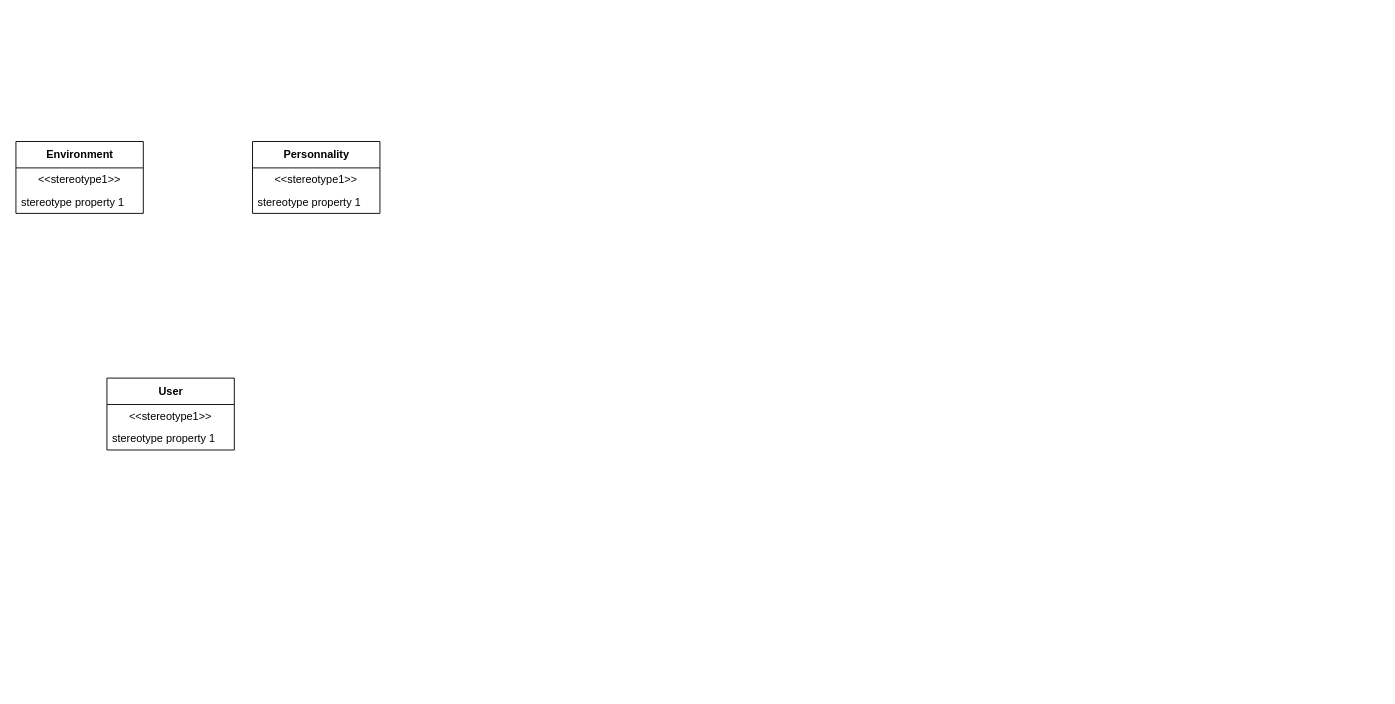
The draw.io diagram Diagramme sans nom.drawio in TheoPasquier/Ai-Personnality-chatting, before the edit. Source tidied: cells renumbered, new cells numbered last; positions are measured from the earlier drawing's top-left corner, leaving out a move shared by most shapes. Both pictures are drawn from the tidied source at 91%, with x=0, y=0 at pixel (15, 141).
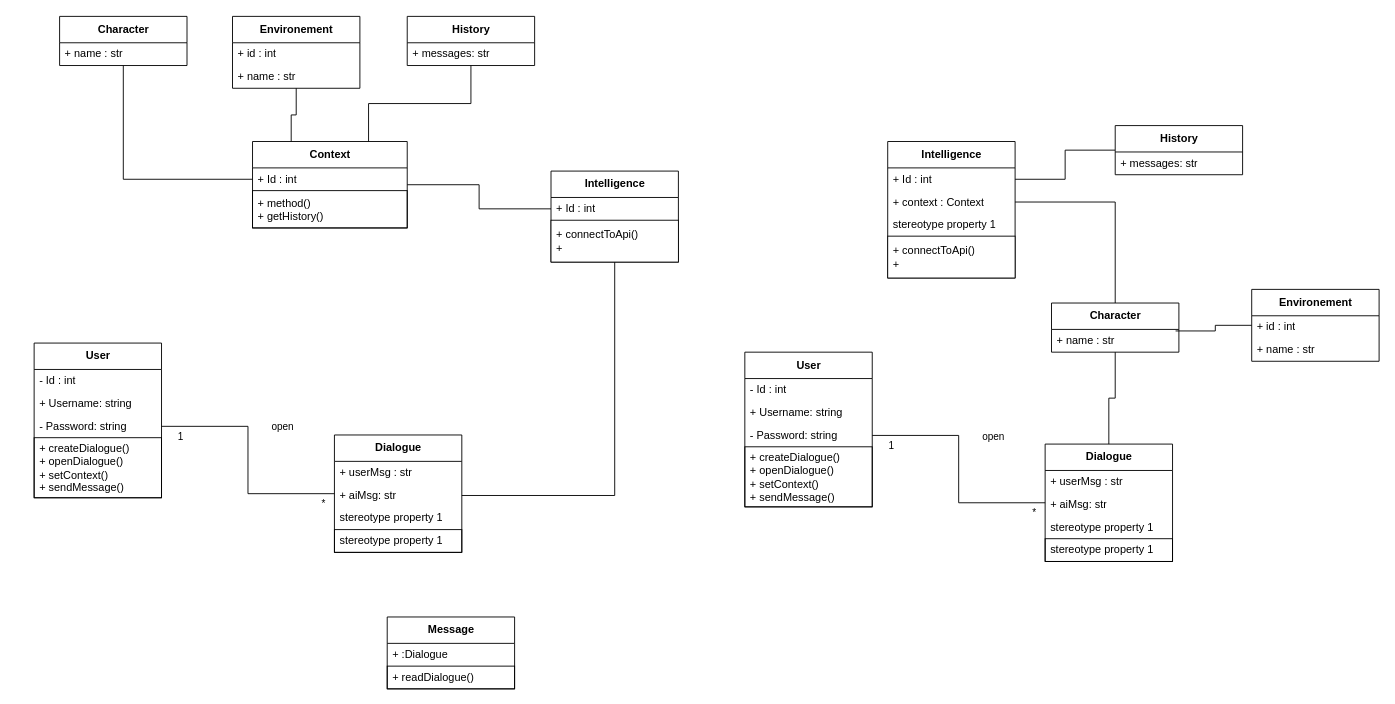
The same page after the edit.

Commit message:
Mettre à jour Diagramme sans nom.drawio

The edit, as a diff of the source:
```diff
@@
-    <mxCell id="2" value="Environment" style="swimlane;fontStyle=1;align=center;verticalAlign=middle;horizontal=1;startSize=29;html=1;" parent="1" vertex="1">
-      <mxGeometry width="140" height="79" as="geometry" />
-    </mxCell>
-    <mxCell id="3" value="&amp;lt;&amp;lt;stereotype1&amp;gt;&amp;gt;" style="text;html=1;strokeColor=none;fillColor=none;align=center;verticalAlign=middle;spacingLeft=4;spacingRight=4;overflow=hidden;" parent="2" vertex="1">
-      <mxGeometry y="29" width="140" height="25" as="geometry" />
-    </mxCell>
-    <mxCell id="4" value="stereotype property 1" style="text;html=1;strokeColor=none;fillColor=none;align=left;verticalAlign=middle;spacingLeft=4;spacingRight=4;overflow=hidden;" parent="2" vertex="1">
-      <mxGeometry y="54" width="140" height="25" as="geometry" />
-    </mxCell>
-    <mxCell id="5" value="User" style="swimlane;fontStyle=1;align=center;verticalAlign=middle;horizontal=1;startSize=29;html=1;" parent="1" vertex="1">
-      <mxGeometry x="100" y="260" width="140" height="79" as="geometry" />
-    </mxCell>
-    <mxCell id="6" value="&amp;lt;&amp;lt;stereotype1&amp;gt;&amp;gt;" style="text;html=1;strokeColor=none;fillColor=none;align=center;verticalAlign=middle;spacingLeft=4;spacingRight=4;overflow=hidden;" parent="5" vertex="1">
-      <mxGeometry y="29" width="140" height="25" as="geometry" />
-    </mxCell>
-    <mxCell id="7" value="stereotype property 1" style="text;html=1;strokeColor=none;fillColor=none;align=left;verticalAlign=middle;spacingLeft=4;spacingRight=4;overflow=hidden;" parent="5" vertex="1">
-      <mxGeometry y="54" width="140" height="25" as="geometry" />
-    </mxCell>
+    <mxCell id="11" style="edgeStyle=orthogonalEdgeStyle;rounded=0;jettySize=auto;html=1;entryX=0;entryY=0.5;entryDx=0;entryDy=0;endArrow=none;endFill=0;" parent="1" edge="1" source="8" target="23">
+      <mxGeometry relative="1" as="geometry" />
+    </mxCell>
-    <mxCell id="8" value="Personnality" style="swimlane;fontStyle=1;align=center;verticalAlign=middle;horizontal=1;startSize=29;html=1;" parent="1" vertex="1">
-      <mxGeometry x="260" width="140" height="79" as="geometry" />
+    <mxCell id="8" value="Context" style="swimlane;fontStyle=1;align=center;verticalAlign=middle;horizontal=1;startSize=29;html=1;" parent="1" vertex="1">
+      <mxGeometry x="260" width="170" height="95" as="geometry" />
     </mxCell>
-    <mxCell id="9" value="&amp;lt;&amp;lt;stereotype1&amp;gt;&amp;gt;" style="text;html=1;strokeColor=none;fillColor=none;align=center;verticalAlign=middle;spacingLeft=4;spacingRight=4;overflow=hidden;" parent="8" vertex="1">
-      <mxGeometry y="29" width="140" height="25" as="geometry" />
-    </mxCell>
+    <mxCell id="12" value="+ Id : int" style="text;html=1;strokeColor=none;fillColor=none;align=left;verticalAlign=middle;spacingLeft=4;spacingRight=4;overflow=hidden;points=[[0,0.5],[1,0.5]];portConstraint=eastwest;" parent="8" vertex="1">
+      <mxGeometry y="29" width="170" height="25" as="geometry" />
+    </mxCell>
-    <mxCell id="10" value="stereotype property 1" style="text;html=1;strokeColor=none;fillColor=none;align=left;verticalAlign=middle;spacingLeft=4;spacingRight=4;overflow=hidden;" parent="8" vertex="1">
-      <mxGeometry y="54" width="140" height="25" as="geometry" />
+    <mxCell id="10" value="+ method()&lt;br&gt;+ getHistory()" style="text;html=1;strokeColor=default;fillColor=none;align=left;verticalAlign=middle;spacingLeft=4;spacingRight=4;overflow=hidden;" parent="8" vertex="1">
+      <mxGeometry y="54" width="170" height="41" as="geometry" />
     </mxCell>
+    <mxCell id="13" value="Dialogue" style="swimlane;fontStyle=1;align=center;verticalAlign=middle;horizontal=1;startSize=29;html=1;" parent="1" vertex="1">
+      <mxGeometry x="350" y="322.5" width="140" height="129" as="geometry" />
+    </mxCell>
+    <mxCell id="14" value="+ userMsg : str" style="text;html=1;strokeColor=none;fillColor=none;align=left;verticalAlign=middle;spacingLeft=4;spacingRight=4;overflow=hidden;" parent="13" vertex="1">
+      <mxGeometry y="29" width="140" height="25" as="geometry" />
+    </mxCell>
+    <mxCell id="15" value="+ aiMsg: str" style="text;html=1;strokeColor=none;fillColor=none;align=left;verticalAlign=middle;spacingLeft=4;spacingRight=4;overflow=hidden;points=[[0,0.5],[1,0.5]];portConstraint=eastwest;" parent="13" vertex="1">
+      <mxGeometry y="54" width="140" height="25" as="geometry" />
+    </mxCell>
+    <mxCell id="16" value="stereotype property 1" style="text;html=1;strokeColor=none;fillColor=none;align=left;verticalAlign=middle;spacingLeft=4;spacingRight=4;overflow=hidden;" parent="13" vertex="1">
+      <mxGeometry y="79" width="140" height="25" as="geometry" />
+    </mxCell>
+    <mxCell id="17" value="stereotype property 1" style="text;html=1;strokeColor=default;fillColor=none;align=left;verticalAlign=middle;spacingLeft=4;spacingRight=4;overflow=hidden;" parent="13" vertex="1">
+      <mxGeometry y="104" width="140" height="25" as="geometry" />
+    </mxCell>
+    <mxCell id="18" style="edgeStyle=orthogonalEdgeStyle;rounded=0;jettySize=auto;html=1;entryX=0;entryY=0.5;entryDx=0;entryDy=0;endArrow=none;endFill=0;" parent="1" edge="1" source="19" target="12">
+      <mxGeometry relative="1" as="geometry" />
+    </mxCell>
+    <mxCell id="19" value="Character" style="swimlane;fontStyle=1;align=center;verticalAlign=middle;horizontal=1;startSize=29;html=1;" parent="1" vertex="1">
+      <mxGeometry x="48" y="-137.5" width="140" height="54" as="geometry" />
+    </mxCell>
+    <mxCell id="20" value="+ name : str" style="text;html=1;strokeColor=none;fillColor=none;align=left;verticalAlign=middle;spacingLeft=4;spacingRight=4;overflow=hidden;" parent="19" vertex="1">
+      <mxGeometry y="29" width="140" height="25" as="geometry" />
+    </mxCell>
+    <mxCell id="21" style="edgeStyle=orthogonalEdgeStyle;rounded=0;jettySize=auto;html=1;entryX=1;entryY=0.5;entryDx=0;entryDy=0;endArrow=none;endFill=0;" parent="1" edge="1" source="22" target="15">
+      <mxGeometry relative="1" as="geometry" />
+    </mxCell>
+    <mxCell id="22" value="Intelligence" style="swimlane;fontStyle=1;align=center;verticalAlign=middle;horizontal=1;startSize=29;html=1;" parent="1" vertex="1">
+      <mxGeometry x="588" y="32.5" width="140" height="100" as="geometry" />
+    </mxCell>
+    <mxCell id="23" value="+ Id : int" style="text;html=1;strokeColor=none;fillColor=none;align=left;verticalAlign=middle;spacingLeft=4;spacingRight=4;overflow=hidden;points=[[0,0.5],[1,0.5]];portConstraint=eastwest;" parent="22" vertex="1">
+      <mxGeometry y="29" width="140" height="25" as="geometry" />
+    </mxCell>
+    <mxCell id="24" value="+ connectToApi()&lt;br&gt;+" style="text;html=1;strokeColor=default;fillColor=default;align=left;verticalAlign=middle;spacingLeft=4;spacingRight=4;overflow=hidden;" parent="22" vertex="1">
+      <mxGeometry y="54" width="140" height="46" as="geometry" />
+    </mxCell>
+    <mxCell id="25" value="User" style="swimlane;fontStyle=1;align=center;verticalAlign=middle;horizontal=1;startSize=29;html=1;" parent="1" vertex="1">
+      <mxGeometry x="20" y="221.5" width="140" height="170" as="geometry" />
+    </mxCell>
+    <mxCell id="26" value="- Id : int" style="text;html=1;strokeColor=none;fillColor=none;align=left;verticalAlign=middle;spacingLeft=4;spacingRight=4;overflow=hidden;" parent="25" vertex="1">
+      <mxGeometry y="29" width="140" height="25" as="geometry" />
+    </mxCell>
+    <mxCell id="27" value="+ Username: string" style="text;html=1;strokeColor=none;fillColor=none;align=left;verticalAlign=middle;spacingLeft=4;spacingRight=4;overflow=hidden;" parent="25" vertex="1">
+      <mxGeometry y="54" width="140" height="25" as="geometry" />
+    </mxCell>
+    <mxCell id="28" value="- Password: string" style="text;html=1;strokeColor=none;fillColor=none;align=left;verticalAlign=middle;spacingLeft=4;spacingRight=4;overflow=hidden;points=[[0,0.5],[1,0.5]];portConstraint=eastwest;" parent="25" vertex="1">
+      <mxGeometry y="79" width="140" height="25" as="geometry" />
+    </mxCell>
+    <mxCell id="29" value="+ createDialogue()&lt;br&gt;+ openDialogue()&lt;br&gt;+ setContext()&lt;br&gt;+ sendMessage()" style="text;html=1;strokeColor=default;fillColor=none;align=left;verticalAlign=middle;spacingLeft=4;spacingRight=4;overflow=hidden;" parent="25" vertex="1">
+      <mxGeometry y="104" width="140" height="66" as="geometry" />
+    </mxCell>
+    <mxCell id="30" style="edgeStyle=orthogonalEdgeStyle;rounded=0;jettySize=auto;html=1;entryX=0;entryY=0.5;entryDx=0;entryDy=0;endArrow=none;endFill=0;" parent="1" edge="1" source="28" target="13">
+      <mxGeometry relative="1" as="geometry" />
+    </mxCell>
+    <mxCell id="31" value="open" style="edgeLabel;html=1;align=center;verticalAlign=middle;" parent="30" vertex="1">
+      <mxGeometry x="-0.31" relative="1" as="geometry">
+        <mxPoint x="41" as="offset" />
+      </mxGeometry>
+    </mxCell>
+    <mxCell id="32" value="1" style="edgeLabel;html=1;align=center;verticalAlign=middle;" parent="30" vertex="1">
+      <mxGeometry x="-0.85" y="-2" relative="1" as="geometry">
+        <mxPoint y="8" as="offset" />
+      </mxGeometry>
+    </mxCell>
+    <mxCell id="33" value="*" style="edgeLabel;html=1;align=center;verticalAlign=middle;" parent="30" vertex="1">
+      <mxGeometry x="0.85" y="-1" relative="1" as="geometry">
+        <mxPoint x="7" y="9" as="offset" />
+      </mxGeometry>
+    </mxCell>
+    <mxCell id="34" style="edgeStyle=orthogonalEdgeStyle;rounded=0;jettySize=auto;html=1;entryX=0.25;entryY=0;entryDx=0;entryDy=0;endArrow=none;endFill=0;" parent="1" edge="1" source="35" target="8">
+      <mxGeometry relative="1" as="geometry" />
+    </mxCell>
+    <mxCell id="35" value="Environement" style="swimlane;fontStyle=1;align=center;verticalAlign=middle;horizontal=1;startSize=29;html=1;" parent="1" vertex="1">
+      <mxGeometry x="238" y="-137.5" width="140" height="79" as="geometry" />
+    </mxCell>
+    <mxCell id="36" value="+ id : int" style="text;html=1;strokeColor=none;fillColor=none;align=left;verticalAlign=middle;spacingLeft=4;spacingRight=4;overflow=hidden;" parent="35" vertex="1">
+      <mxGeometry y="29" width="140" height="25" as="geometry" />
+    </mxCell>
+    <mxCell id="37" value="+ name : str" style="text;html=1;strokeColor=none;fillColor=none;align=left;verticalAlign=middle;spacingLeft=4;spacingRight=4;overflow=hidden;" parent="35" vertex="1">
+      <mxGeometry y="54" width="140" height="25" as="geometry" />
+    </mxCell>
+    <mxCell id="38" style="edgeStyle=orthogonalEdgeStyle;rounded=0;jettySize=auto;html=1;entryX=0.75;entryY=0;entryDx=0;entryDy=0;endArrow=none;endFill=0;" parent="1" edge="1" source="39" target="8">
+      <mxGeometry relative="1" as="geometry" />
+    </mxCell>
+    <mxCell id="39" value="History" style="swimlane;fontStyle=1;align=center;verticalAlign=middle;horizontal=1;startSize=29;html=1;" parent="1" vertex="1">
+      <mxGeometry x="430" y="-137.5" width="140" height="54" as="geometry" />
+    </mxCell>
+    <mxCell id="40" value="+ messages: str" style="text;html=1;strokeColor=none;fillColor=none;align=left;verticalAlign=middle;spacingLeft=4;spacingRight=4;overflow=hidden;" parent="39" vertex="1">
+      <mxGeometry y="29" width="140" height="25" as="geometry" />
+    </mxCell>
+    <mxCell id="41" value="Dialogue" style="swimlane;fontStyle=1;align=center;verticalAlign=middle;horizontal=1;startSize=29;html=1;" parent="1" vertex="1">
+      <mxGeometry x="1131" y="332.5" width="140" height="129" as="geometry" />
+    </mxCell>
+    <mxCell id="42" value="+ userMsg : str" style="text;html=1;strokeColor=none;fillColor=none;align=left;verticalAlign=middle;spacingLeft=4;spacingRight=4;overflow=hidden;" parent="41" vertex="1">
+      <mxGeometry y="29" width="140" height="25" as="geometry" />
+    </mxCell>
+    <mxCell id="43" value="+ aiMsg: str" style="text;html=1;strokeColor=none;fillColor=none;align=left;verticalAlign=middle;spacingLeft=4;spacingRight=4;overflow=hidden;" parent="41" vertex="1">
+      <mxGeometry y="54" width="140" height="25" as="geometry" />
+    </mxCell>
+    <mxCell id="44" value="stereotype property 1" style="text;html=1;strokeColor=none;fillColor=none;align=left;verticalAlign=middle;spacingLeft=4;spacingRight=4;overflow=hidden;" parent="41" vertex="1">
+      <mxGeometry y="79" width="140" height="25" as="geometry" />
+    </mxCell>
+    <mxCell id="45" value="stereotype property 1" style="text;html=1;strokeColor=default;fillColor=none;align=left;verticalAlign=middle;spacingLeft=4;spacingRight=4;overflow=hidden;" parent="41" vertex="1">
+      <mxGeometry y="104" width="140" height="25" as="geometry" />
+    </mxCell>
+    <mxCell id="46" style="edgeStyle=orthogonalEdgeStyle;rounded=0;jettySize=auto;html=1;endArrow=none;endFill=0;" parent="1" edge="1" source="48" target="41">
+      <mxGeometry relative="1" as="geometry" />
+    </mxCell>
+    <mxCell id="47" style="edgeStyle=orthogonalEdgeStyle;rounded=0;jettySize=auto;html=1;entryX=1;entryY=0.5;entryDx=0;entryDy=0;endArrow=none;endFill=0;" parent="1" edge="1" source="48" target="52">
+      <mxGeometry relative="1" as="geometry" />
+    </mxCell>
+    <mxCell id="48" value="Character" style="swimlane;fontStyle=1;align=center;verticalAlign=middle;horizontal=1;startSize=29;html=1;" parent="1" vertex="1">
+      <mxGeometry x="1138" y="177.5" width="140" height="54" as="geometry" />
+    </mxCell>
+    <mxCell id="49" value="+ name : str" style="text;html=1;strokeColor=none;fillColor=none;align=left;verticalAlign=middle;spacingLeft=4;spacingRight=4;overflow=hidden;points=[[0,0.5],[1,0.5]];portConstraint=eastwest;" parent="48" vertex="1">
+      <mxGeometry y="29" width="140" height="25" as="geometry" />
+    </mxCell>
+    <mxCell id="50" value="Intelligence" style="swimlane;fontStyle=1;align=center;verticalAlign=middle;horizontal=1;startSize=29;html=1;" parent="1" vertex="1">
+      <mxGeometry x="958" width="140" height="150" as="geometry" />
+    </mxCell>
+    <mxCell id="51" value="+ Id : int" style="text;html=1;strokeColor=none;fillColor=none;align=left;verticalAlign=middle;spacingLeft=4;spacingRight=4;overflow=hidden;points=[[0,0.5],[1,0.5]];portConstraint=eastwest;" parent="50" vertex="1">
+      <mxGeometry y="29" width="140" height="25" as="geometry" />
+    </mxCell>
+    <mxCell id="52" value="+ context : Context" style="text;html=1;strokeColor=none;fillColor=none;align=left;verticalAlign=middle;spacingLeft=4;spacingRight=4;overflow=hidden;points=[[0,0.5],[1,0.5]];portConstraint=eastwest;" parent="50" vertex="1">
+      <mxGeometry y="54" width="140" height="25" as="geometry" />
+    </mxCell>
+    <mxCell id="53" value="stereotype property 1" style="text;html=1;strokeColor=none;fillColor=none;align=left;verticalAlign=middle;spacingLeft=4;spacingRight=4;overflow=hidden;" parent="50" vertex="1">
+      <mxGeometry y="79" width="140" height="25" as="geometry" />
+    </mxCell>
+    <mxCell id="54" value="+ connectToApi()&lt;br&gt;+" style="text;html=1;strokeColor=default;fillColor=default;align=left;verticalAlign=middle;spacingLeft=4;spacingRight=4;overflow=hidden;" parent="50" vertex="1">
+      <mxGeometry y="104" width="140" height="46" as="geometry" />
+    </mxCell>
+    <mxCell id="55" value="User" style="swimlane;fontStyle=1;align=center;verticalAlign=middle;horizontal=1;startSize=29;html=1;" parent="1" vertex="1">
+      <mxGeometry x="801" y="231.5" width="140" height="170" as="geometry" />
+    </mxCell>
+    <mxCell id="56" value="- Id : int" style="text;html=1;strokeColor=none;fillColor=none;align=left;verticalAlign=middle;spacingLeft=4;spacingRight=4;overflow=hidden;" parent="55" vertex="1">
+      <mxGeometry y="29" width="140" height="25" as="geometry" />
+    </mxCell>
+    <mxCell id="57" value="+ Username: string" style="text;html=1;strokeColor=none;fillColor=none;align=left;verticalAlign=middle;spacingLeft=4;spacingRight=4;overflow=hidden;" parent="55" vertex="1">
+      <mxGeometry y="54" width="140" height="25" as="geometry" />
+    </mxCell>
+    <mxCell id="58" value="- Password: string" style="text;html=1;strokeColor=none;fillColor=none;align=left;verticalAlign=middle;spacingLeft=4;spacingRight=4;overflow=hidden;points=[[0,0.5],[1,0.5]];portConstraint=eastwest;" parent="55" vertex="1">
+      <mxGeometry y="79" width="140" height="25" as="geometry" />
+    </mxCell>
+    <mxCell id="59" value="+ createDialogue()&lt;br&gt;+ openDialogue()&lt;br&gt;+ setContext()&lt;br&gt;+ sendMessage()" style="text;html=1;strokeColor=default;fillColor=none;align=left;verticalAlign=middle;spacingLeft=4;spacingRight=4;overflow=hidden;" parent="55" vertex="1">
+      <mxGeometry y="104" width="140" height="66" as="geometry" />
+    </mxCell>
+    <mxCell id="60" style="edgeStyle=orthogonalEdgeStyle;rounded=0;jettySize=auto;html=1;entryX=0;entryY=0.5;entryDx=0;entryDy=0;endArrow=none;endFill=0;" parent="1" edge="1" source="58" target="41">
+      <mxGeometry relative="1" as="geometry" />
+    </mxCell>
+    <mxCell id="61" value="open" style="edgeLabel;html=1;align=center;verticalAlign=middle;" parent="60" vertex="1">
+      <mxGeometry x="-0.31" relative="1" as="geometry">
+        <mxPoint x="41" as="offset" />
+      </mxGeometry>
+    </mxCell>
+    <mxCell id="62" value="1" style="edgeLabel;html=1;align=center;verticalAlign=middle;" parent="60" vertex="1">
+      <mxGeometry x="-0.85" y="-2" relative="1" as="geometry">
+        <mxPoint y="8" as="offset" />
+      </mxGeometry>
+    </mxCell>
+    <mxCell id="63" value="*" style="edgeLabel;html=1;align=center;verticalAlign=middle;" parent="60" vertex="1">
+      <mxGeometry x="0.85" y="-1" relative="1" as="geometry">
+        <mxPoint x="7" y="9" as="offset" />
+      </mxGeometry>
+    </mxCell>
+    <mxCell id="64" style="edgeStyle=orthogonalEdgeStyle;rounded=0;jettySize=auto;html=1;entryX=0.974;entryY=0.067;entryDx=0;entryDy=0;endArrow=none;endFill=0;entryPerimeter=0;" parent="1" edge="1" source="65" target="49">
+      <mxGeometry relative="1" as="geometry" />
+    </mxCell>
+    <mxCell id="65" value="Environement" style="swimlane;fontStyle=1;align=center;verticalAlign=middle;horizontal=1;startSize=29;html=1;" parent="1" vertex="1">
+      <mxGeometry x="1358" y="162.5" width="140" height="79" as="geometry" />
+    </mxCell>
+    <mxCell id="66" value="+ id : int" style="text;html=1;strokeColor=none;fillColor=none;align=left;verticalAlign=middle;spacingLeft=4;spacingRight=4;overflow=hidden;" parent="65" vertex="1">
+      <mxGeometry y="29" width="140" height="25" as="geometry" />
+    </mxCell>
+    <mxCell id="67" value="+ name : str" style="text;html=1;strokeColor=none;fillColor=none;align=left;verticalAlign=middle;spacingLeft=4;spacingRight=4;overflow=hidden;" parent="65" vertex="1">
+      <mxGeometry y="54" width="140" height="25" as="geometry" />
+    </mxCell>
+    <mxCell id="68" style="edgeStyle=orthogonalEdgeStyle;rounded=0;jettySize=auto;html=1;entryX=1;entryY=0.5;entryDx=0;entryDy=0;endArrow=none;endFill=0;" parent="1" edge="1" source="69" target="51">
+      <mxGeometry relative="1" as="geometry" />
+    </mxCell>
+    <mxCell id="69" value="History" style="swimlane;fontStyle=1;align=center;verticalAlign=middle;horizontal=1;startSize=29;html=1;" parent="1" vertex="1">
+      <mxGeometry x="1208" y="-17.5" width="140" height="54" as="geometry" />
+    </mxCell>
+    <mxCell id="70" value="+ messages: str" style="text;html=1;strokeColor=none;fillColor=none;align=left;verticalAlign=middle;spacingLeft=4;spacingRight=4;overflow=hidden;" parent="69" vertex="1">
+      <mxGeometry y="29" width="140" height="25" as="geometry" />
+    </mxCell>
+    <mxCell id="71" value="Message" style="swimlane;fontStyle=1;align=center;verticalAlign=middle;horizontal=1;startSize=29;html=1;" parent="1" vertex="1">
+      <mxGeometry x="408" y="522.5" width="140" height="79" as="geometry" />
+    </mxCell>
+    <mxCell id="72" value="+ :Dialogue" style="text;html=1;strokeColor=none;fillColor=none;align=left;verticalAlign=middle;spacingLeft=4;spacingRight=4;overflow=hidden;" parent="71" vertex="1">
+      <mxGeometry y="29" width="140" height="25" as="geometry" />
+    </mxCell>
+    <mxCell id="73" value="+ readDialogue()" style="text;html=1;strokeColor=default;fillColor=none;align=left;verticalAlign=middle;spacingLeft=4;spacingRight=4;overflow=hidden;" parent="71" vertex="1">
+      <mxGeometry y="54" width="140" height="25" as="geometry" />
+    </mxCell>
```
